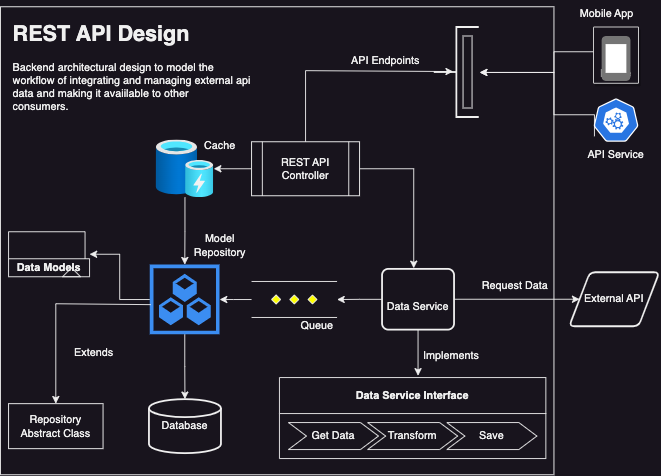
This is app_design/restful_api_design.png from omeiza-devspace/punk-beer-api-etl, a draw.io export, as it was before one commit. Source tidied: cells renumbered, new cells last; positions are measured from the earlier drawing's top-left corner, leaving out a move shared by most shapes.
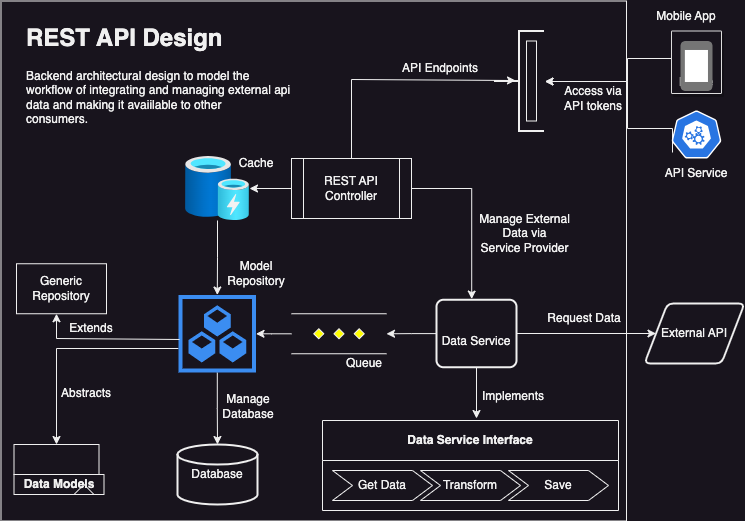
Above is the later version.

What changed in the source:
```diff
@@ -3,7 +3,7 @@
     <mxCell id="0" />
     <mxCell id="1" parent="0" />
     <mxCell id="2" style="rounded=0;whiteSpace=wrap;html=1;fillColor=none;" parent="1" vertex="1">
-      <mxGeometry y="8" width="615" height="520" as="geometry" />
+      <mxGeometry x="-11.5" y="0.5" width="625.5" height="520" as="geometry" />
     </mxCell>
     <mxCell id="3" style="edgeStyle=orthogonalEdgeStyle;rounded=0;jettySize=auto;html=1;entryX=0.44;entryY=-0.01;entryDx=0;entryDy=0;entryPerimeter=0;" parent="1" edge="1" source="5" target="14">
       <mxGeometry relative="1" as="geometry" />
@@ -48,7 +48,11 @@
       <mxGeometry x="321.5" y="348" width="60" height="30" as="geometry" />
     </mxCell>
     <mxCell id="17" style="edgeStyle=orthogonalEdgeStyle;rounded=0;jettySize=auto;html=1;" parent="1" edge="1" source="19" target="20">
-      <mxGeometry relative="1" as="geometry" />
+      <mxGeometry relative="1" as="geometry">
+        <Array as="points">
+          <mxPoint x="44" y="348" />
+        </Array>
+      </mxGeometry>
     </mxCell>
     <mxCell id="18" style="edgeStyle=orthogonalEdgeStyle;rounded=0;jettySize=auto;html=1;" parent="1" edge="1" source="19" target="6">
       <mxGeometry relative="1" as="geometry" />
@@ -57,7 +61,7 @@
       <mxGeometry x="166" y="294.5" width="77.5" height="77.5" as="geometry" />
     </mxCell>
     <mxCell id="20" value="Data Models" style="shape=folder;fontStyle=1;tabWidth=110;tabHeight=30;tabPosition=left;html=1;boundedLbl=1;folderSymbol=triangle;whiteSpace=wrap;" parent="1" vertex="1">
-      <mxGeometry x="9" y="258" width="90" height="50" as="geometry" />
+      <mxGeometry x="1.5" y="444" width="90" height="50" as="geometry" />
     </mxCell>
     <mxCell id="21" style="strokeWidth=2;html=1;shape=mxgraph.flowchart.annotation_2;align=left;labelPosition=right;" parent="1" vertex="1">
       <mxGeometry x="481.5" y="30.5" width="50" height="100" as="geometry" />
@@ -141,21 +145,33 @@
     <mxCell id="39" value="Request Data" style="text;html=1;strokeColor=none;fillColor=none;align=center;verticalAlign=middle;whiteSpace=wrap;rounded=0;" parent="1" vertex="1">
       <mxGeometry x="531.5" y="303" width="80" height="30" as="geometry" />
     </mxCell>
-    <mxCell id="40" value="Repository &lt;br&gt;Abstract Class" style="html=1;whiteSpace=wrap;" parent="1" vertex="1">
-      <mxGeometry x="9" y="449" width="105" height="50" as="geometry" />
+    <mxCell id="40" value="Generic Repository" style="html=1;whiteSpace=wrap;" parent="1" vertex="1">
+      <mxGeometry x="4" y="263.2" width="90" height="50" as="geometry" />
     </mxCell>
-    <mxCell id="41" style="edgeStyle=orthogonalEdgeStyle;rounded=0;jettySize=auto;html=1;entryX=0.5;entryY=0;entryDx=0;entryDy=0;exitX=0.013;exitY=0.574;exitDx=0;exitDy=0;exitPerimeter=0;" parent="1" edge="1" source="19" target="40">
+    <mxCell id="41" style="edgeStyle=orthogonalEdgeStyle;rounded=0;jettySize=auto;html=1;exitX=0.013;exitY=0.574;exitDx=0;exitDy=0;exitPerimeter=0;" parent="1" edge="1" source="19" target="40">
       <mxGeometry relative="1" as="geometry">
         <Array as="points">
-          <mxPoint x="62" y="338" />
+          <mxPoint x="44" y="338" />
         </Array>
       </mxGeometry>
     </mxCell>
     <mxCell id="42" value="Extends" style="text;html=1;strokeColor=none;fillColor=none;align=center;verticalAlign=middle;whiteSpace=wrap;rounded=0;" parent="1" vertex="1">
-      <mxGeometry x="64" y="378" width="80" height="30" as="geometry" />
+      <mxGeometry x="39" y="313.2" width="80" height="30" as="geometry" />
     </mxCell>
     <mxCell id="43" style="edgeStyle=orthogonalEdgeStyle;rounded=0;jettySize=auto;html=1;entryX=0;entryY=0.5;entryDx=0;entryDy=0;exitX=1;exitY=0.5;exitDx=0;exitDy=0;" parent="1" edge="1" source="14" target="15">
       <mxGeometry relative="1" as="geometry" />
     </mxCell>
+    <mxCell id="44" value="Access via API tokens" style="text;html=1;strokeColor=none;fillColor=none;align=center;verticalAlign=middle;whiteSpace=wrap;rounded=0;" parent="1" vertex="1">
+      <mxGeometry x="541" y="83" width="80" height="30" as="geometry" />
+    </mxCell>
+    <mxCell id="45" value="Manage External Data via &lt;br&gt;Service Provider" style="text;html=1;strokeColor=none;fillColor=none;align=center;verticalAlign=middle;whiteSpace=wrap;rounded=0;" parent="1" vertex="1">
+      <mxGeometry x="461" y="218" width="103" height="30" as="geometry" />
+    </mxCell>
+    <mxCell id="46" value="Manage Database" style="text;html=1;strokeColor=none;fillColor=none;align=center;verticalAlign=middle;whiteSpace=wrap;rounded=0;" parent="1" vertex="1">
+      <mxGeometry x="196" y="391" width="80" height="30" as="geometry" />
+    </mxCell>
+    <mxCell id="47" value="Abstracts" style="text;html=1;strokeColor=none;fillColor=none;align=center;verticalAlign=middle;whiteSpace=wrap;rounded=0;" parent="1" vertex="1">
+      <mxGeometry x="34" y="378" width="80" height="30" as="geometry" />
+    </mxCell>
   </root>
 </mxGraphModel>
```
